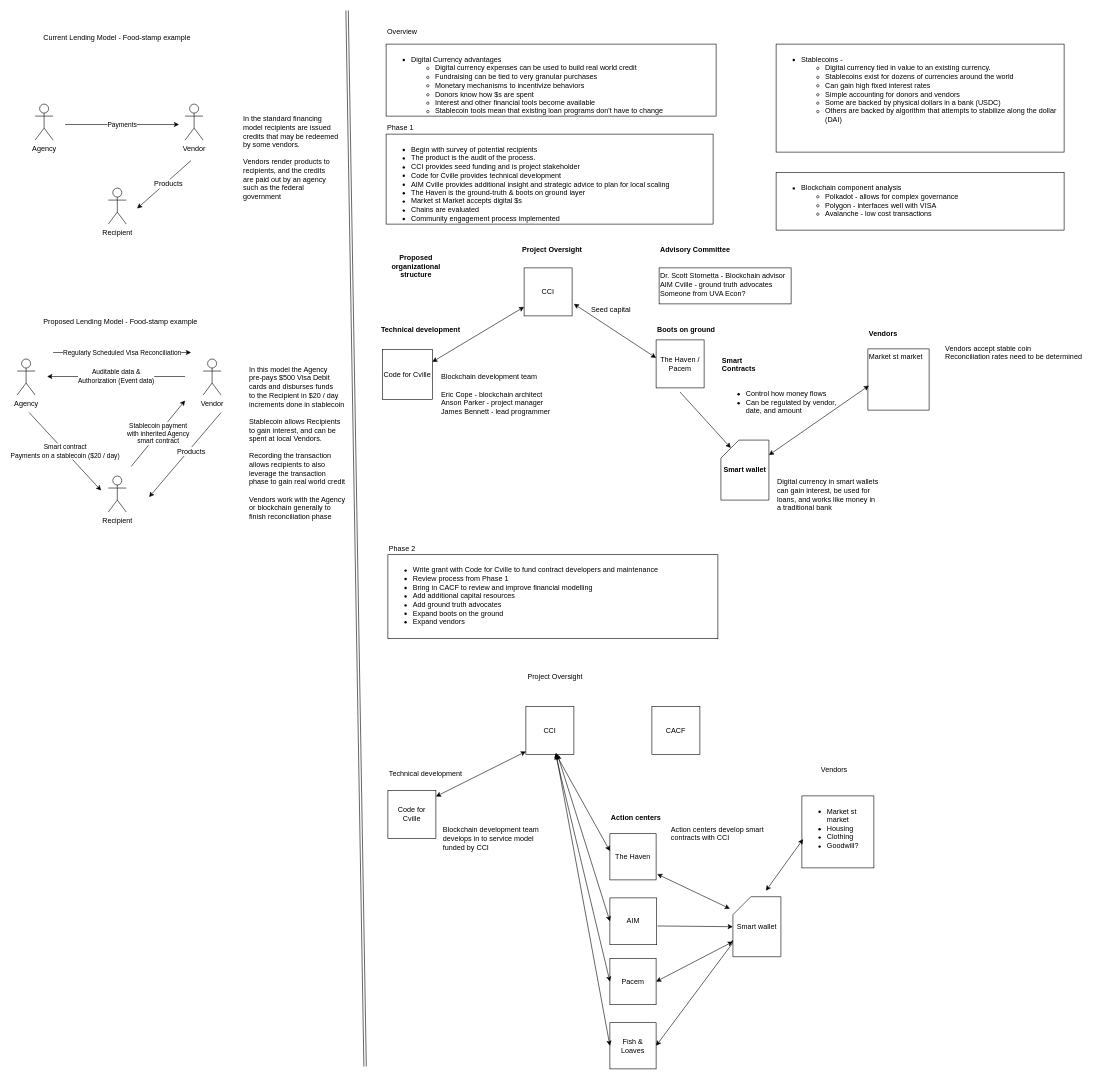
Earlier version of the draw.io diagram cci-blockchain.dio (alibama/code-for-cville). Source tidied: cells renumbered, new cells numbered last; positions are measured from the earlier drawing's top-left corner, leaving out a move shared by most shapes. Both pictures are drawn from the tidied source at 60%, with x=0, y=0 at pixel (17, 10).
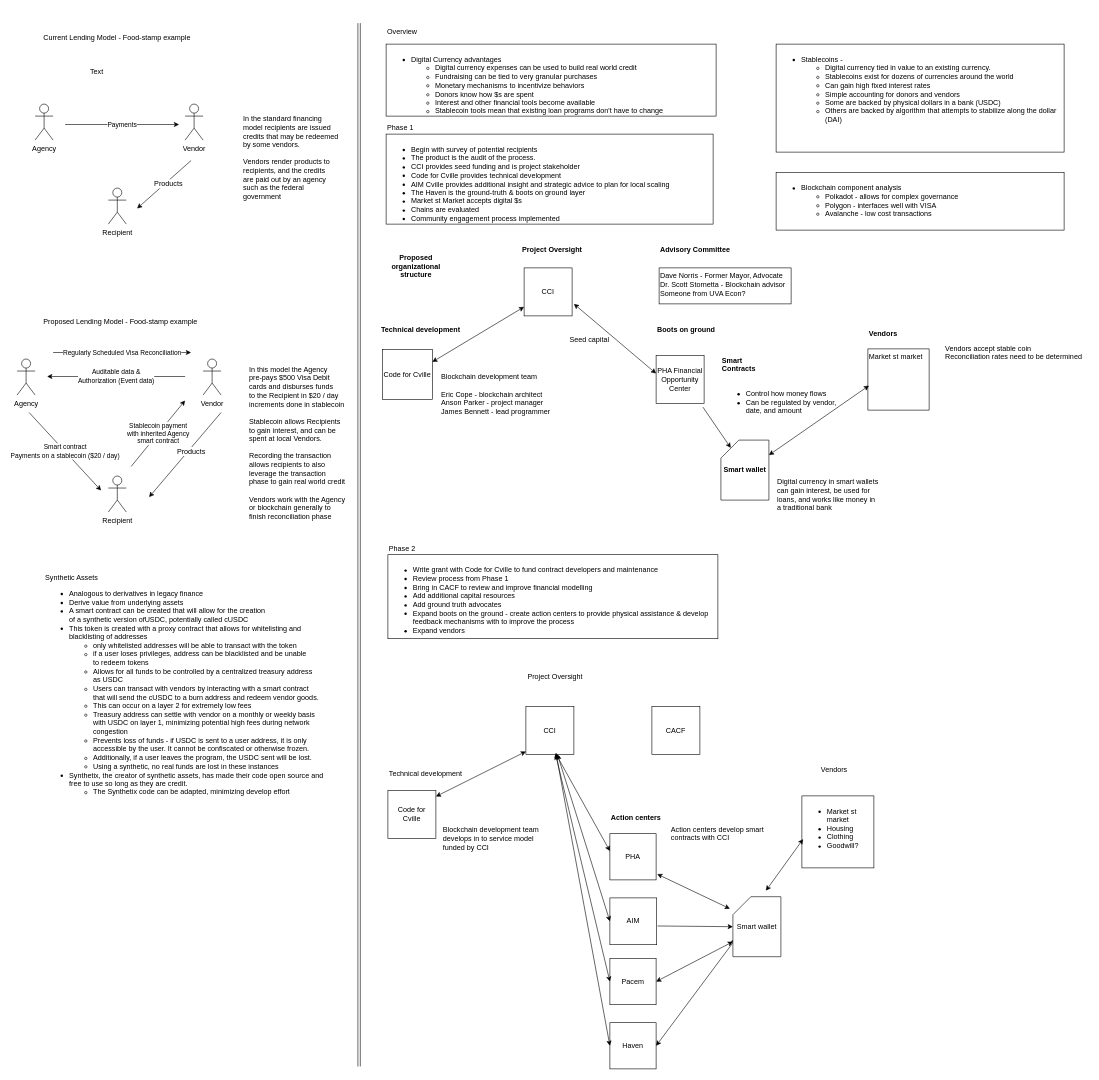
After the change.

Unchanged cells that the change refers to:
```xml
<mxCell id="45" value="&lt;b&gt;Smart wallet&lt;/b&gt;" style="shape=card;whiteSpace=wrap;html=1;" parent="1" vertex="1">
  <mxGeometry x="1173" y="716" width="80" height="100" as="geometry" />
</mxCell>
```

The edit, as a diff of the source:
```diff
@@
-    <mxCell id="5" value="&lt;div&gt;The Haven /&lt;/div&gt;Pacem" style="whiteSpace=wrap;html=1;" parent="1" vertex="1">
-      <mxGeometry x="1065" y="549" width="80" height="80" as="geometry" />
+    <mxCell id="5" value="PHA Financial Opportunity Center&lt;div&gt;&lt;/div&gt;" style="whiteSpace=wrap;html=1;" parent="1" vertex="1">
+      <mxGeometry x="1065" y="575" width="80" height="80" as="geometry" />
     </mxCell>
@@
-    <mxCell id="17" value="&lt;ul&gt;&lt;li&gt;Write grant with Code for Cville to fund contract developers and maintenance&lt;/li&gt;&lt;li&gt;Review process from Phase 1&lt;/li&gt;&lt;li&gt;Bring in CACF to review and improve financial modelling&lt;/li&gt;&lt;li&gt;Add additional capital resources&lt;/li&gt;&lt;li&gt;Add ground truth advocates&lt;/li&gt;&lt;li&gt;Expand boots on the ground&lt;/li&gt;&lt;li&gt;Expand vendors&lt;/li&gt;&lt;/ul&gt;" style="rounded=0;whiteSpace=wrap;html=1;align=left;verticalAlign=top;" parent="1" vertex="1">
+    <mxCell id="17" value="&lt;ul&gt;&lt;li&gt;Write grant with Code for Cville to fund contract developers and maintenance&lt;/li&gt;&lt;li&gt;Review process from Phase 1&lt;/li&gt;&lt;li&gt;Bring in CACF to review and improve financial modelling&lt;/li&gt;&lt;li&gt;Add additional capital resources&lt;/li&gt;&lt;li&gt;Add ground truth advocates&lt;/li&gt;&lt;li&gt;Expand boots on the ground - create action centers to provide physical assistance &amp;amp; develop&lt;br&gt;feedback mechanisms with to improve the process&amp;nbsp;&lt;/li&gt;&lt;li&gt;Expand vendors&lt;/li&gt;&lt;/ul&gt;" style="rounded=0;whiteSpace=wrap;html=1;align=left;verticalAlign=top;" parent="1" vertex="1">
       <mxGeometry x="618" y="907" width="550" height="140" as="geometry" />
     </mxCell>
@@
     <mxCell id="20" value="Seed capital" style="text;html=1;align=left;verticalAlign=top;spacingTop=-4;" parent="1" vertex="1">
-      <mxGeometry x="955" y="489" width="80" height="20" as="geometry" />
+      <mxGeometry x="919" y="539" width="80" height="20" as="geometry" />
     </mxCell>
@@
-    <mxCell id="24" value="The Haven" style="whiteSpace=wrap;html=1;" parent="1" vertex="1">
+    <mxCell id="24" value="PHA" style="whiteSpace=wrap;html=1;" parent="1" vertex="1">
       <mxGeometry x="988" y="1372" width="77" height="77" as="geometry" />
     </mxCell>
@@
-    <mxCell id="37" value="Fish &amp;amp; Loaves" style="whiteSpace=wrap;html=1;" parent="1" vertex="1">
+    <mxCell id="37" value="Haven" style="whiteSpace=wrap;html=1;" parent="1" vertex="1">
       <mxGeometry x="988" y="1687" width="77" height="77" as="geometry" />
     </mxCell>
@@
-    <mxCell id="46" style="endArrow=classic;html=1;entryX=0.206;entryY=0.13;entryPerimeter=0;" parent="1" edge="1" target="45">
-      <mxGeometry relative="1" as="geometry">
-        <mxPoint x="1105" y="636" as="sourcePoint" />
-      </mxGeometry>
+    <mxCell id="46" style="endArrow=classic;html=1;entryX=0.206;entryY=0.13;entryPerimeter=0;exitX=0.975;exitY=1.075;exitPerimeter=0;" parent="1" edge="1" source="5" target="45">
+      <mxGeometry relative="1" as="geometry" />
     </mxCell>
@@
     <mxCell id="57" style="shape=link;html=1;jettySize=auto;orthogonalLoop=1;" parent="1" edge="1">
       <mxGeometry relative="1" as="geometry">
-        <mxPoint x="580" y="1760" as="sourcePoint" />
-        <mxPoint x="550" as="targetPoint" />
+        <mxPoint x="570" y="1760" as="sourcePoint" />
+        <mxPoint x="570" y="21" as="targetPoint" />
       </mxGeometry>
     </mxCell>
@@
-    <mxCell id="77" value="Dr. Scott Stornetta - Blockchain advisor&lt;div&gt;AIM Cville - ground truth advocates&lt;/div&gt;&lt;div&gt;Someone from UVA Econ?&lt;/div&gt;" style="rounded=0;whiteSpace=wrap;html=1;align=left;verticalAlign=top;" parent="1" vertex="1">
+    <mxCell id="77" value="&lt;div&gt;Dave Norris - Former Mayor, Advocate&lt;/div&gt;&lt;div&gt;Dr. Scott Stornetta - Blockchain advisor&lt;br&gt;&lt;/div&gt;&lt;div&gt;Someone from UVA Econ?&lt;/div&gt;" style="rounded=0;whiteSpace=wrap;html=1;align=left;verticalAlign=top;" parent="1" vertex="1">
       <mxGeometry x="1070" y="429" width="220" height="60" as="geometry" />
     </mxCell>
+    <mxCell id="78" value="Synthetic Assets&lt;div&gt;&lt;ul&gt;&lt;li&gt;Analogous to derivatives in legacy finance&lt;/li&gt;&lt;li&gt;Derive value from underlying assets&lt;/li&gt;&lt;li&gt;A smart contract can be created that will allow for the creation &lt;br&gt;of a synthetic version ofUSDC, potentially called cUSDC&lt;/li&gt;&lt;li&gt;This token is created with a proxy contract that allows for whitelisting and &lt;br&gt;blacklisting of addresses&lt;/li&gt;&lt;ul&gt;&lt;li&gt;only whitelisted addresses will be able to transact with the token&lt;/li&gt;&lt;li&gt;if a user loses privileges, address can be blacklisted and be unable &lt;br&gt;to redeem tokens&lt;/li&gt;&lt;li&gt;Allows for all funds to be controlled by a centralized treasury address &lt;br&gt;as USDC&lt;/li&gt;&lt;li&gt;Users can transact with vendors by interacting with a smart contract &lt;br&gt;that will send the cUSDC to a burn address and redeem vendor goods.&amp;nbsp;&lt;/li&gt;&lt;li&gt;This can occur on a layer 2 for extremely low fees&lt;/li&gt;&lt;li&gt;Treasury address can settle with vendor on a monthly or weekly basis &lt;br&gt;with USDC on layer 1, minimizing potential high fees during network &lt;br&gt;congestion&lt;/li&gt;&lt;li&gt;Prevents loss of funds - if USDC is sent to a user address, it is only &lt;br&gt;accessible by the user. It cannot be confiscated or otherwise frozen.&amp;nbsp;&lt;/li&gt;&lt;li&gt;Additionally, if a user leaves the program, the USDC sent will be lost.&amp;nbsp;&lt;/li&gt;&lt;li&gt;Using a synthetic, no real funds are lost in these instances&lt;/li&gt;&lt;/ul&gt;&lt;li&gt;&lt;span style=&quot;letter-spacing: 0px&quot;&gt;Synthetix, the creator of synthetic assets, has made their code open source and &lt;br&gt;free to use so long as they are credit.&lt;/span&gt;&lt;/li&gt;&lt;ul&gt;&lt;li&gt;&lt;span style=&quot;letter-spacing: 0px&quot;&gt;The Synthetix code can be adapted, minimizing develop effort&lt;/span&gt;&lt;/li&gt;&lt;/ul&gt;&lt;/ul&gt;&lt;/div&gt;" style="text;html=1;align=left;verticalAlign=top;spacingTop=-4;" parent="1" vertex="1">
+      <mxGeometry x="45" y="936" width="480" height="380" as="geometry" />
+    </mxCell>
+    <mxCell id="79" value="Text" style="text;html=1;align=left;verticalAlign=top;spacingTop=-4;" parent="1" vertex="1">
+      <mxGeometry x="120" y="93" width="40" height="20" as="geometry" />
+    </mxCell>
```
